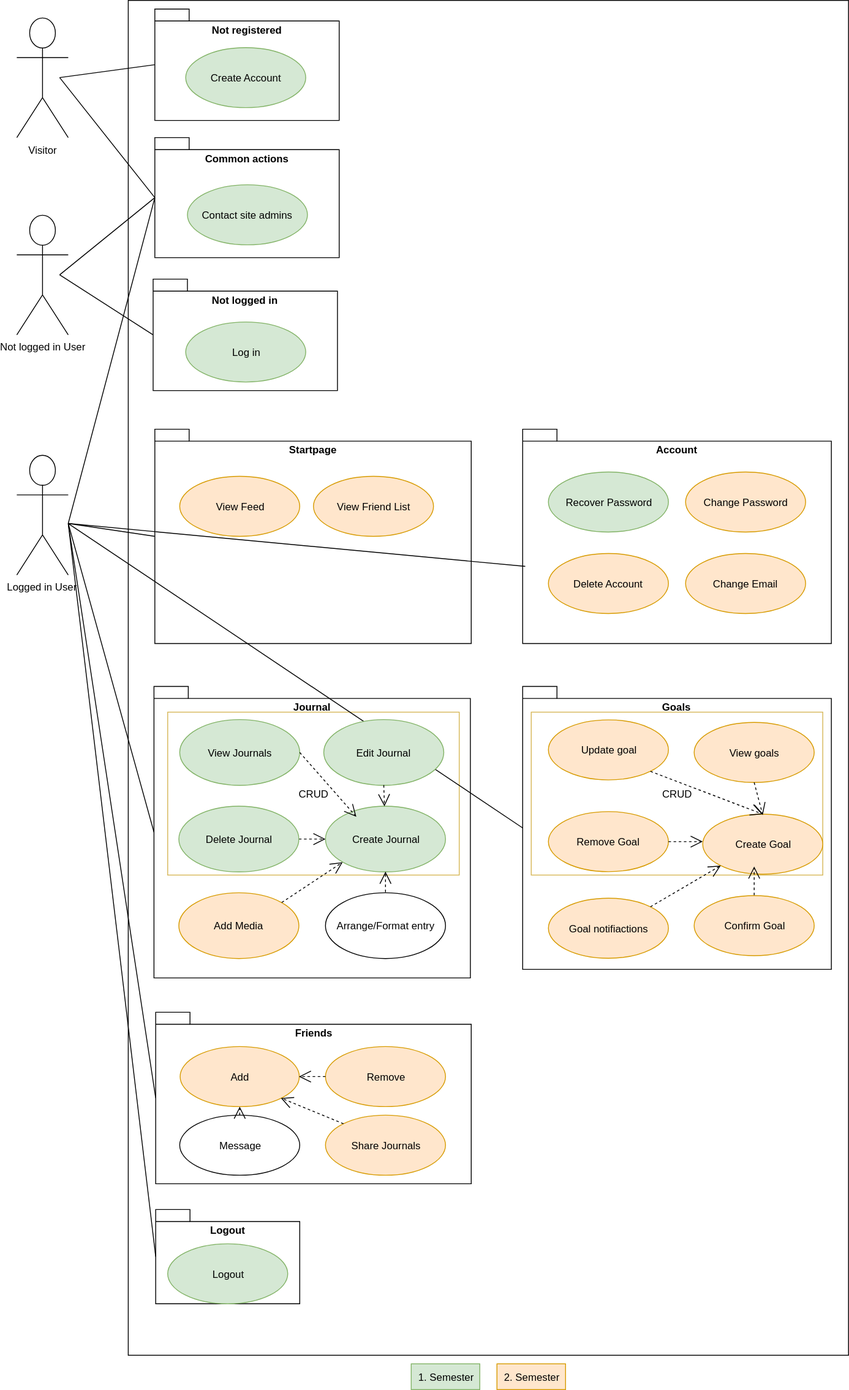
Before: documentation/images/UCD.svg, a diagram exported from draw.io (Toaster996/softwareengineering). Source tidied: cells renumbered, new cells last; positions are measured from the earlier drawing's top-left corner, leaving out a move shared by most shapes.
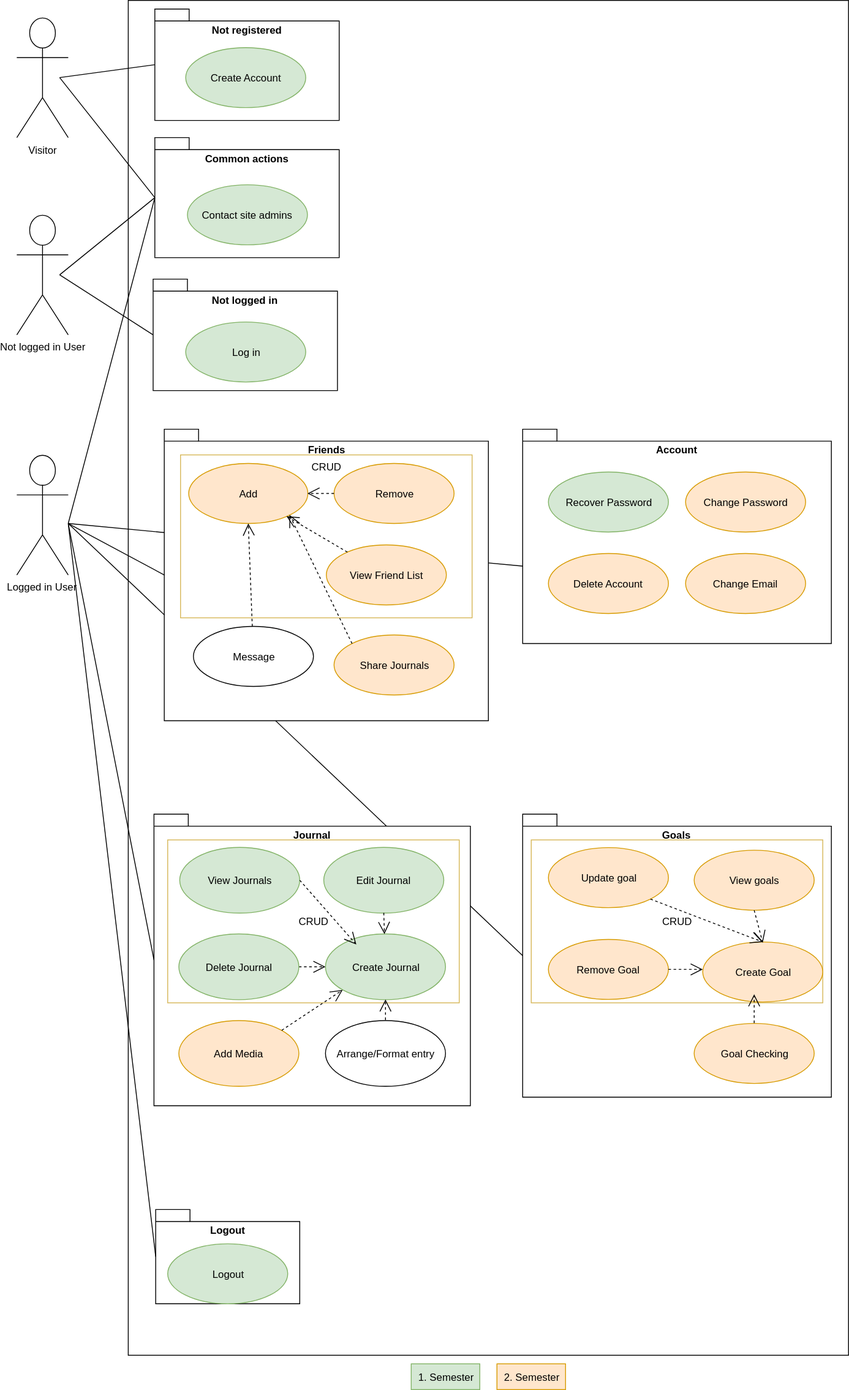
The same diagram one commit later.

Change to the diagram source:
```diff
@@ -5,20 +5,37 @@
     <mxCell id="2" value="&lt;div&gt;&lt;br&gt;&lt;/div&gt;&lt;div&gt;&lt;br&gt;&lt;/div&gt;" style="html=1;" parent="1" vertex="1">
       <mxGeometry x="130" width="840" height="1580" as="geometry" />
     </mxCell>
+    <mxCell id="37" style="endArrow=none;html=1;entryX=0;entryY=0.5;" parent="1" edge="1" target="6">
+      <mxGeometry relative="1" as="geometry">
+        <mxPoint x="60" y="610" as="sourcePoint" />
+      </mxGeometry>
+    </mxCell>
+    <mxCell id="39" style="endArrow=none;html=1;entryX=0.009;entryY=0.641;entryPerimeter=0;" parent="1" edge="1">
+      <mxGeometry relative="1" as="geometry">
+        <mxPoint x="60" y="610" as="sourcePoint" />
+        <mxPoint x="593" y="660" as="targetPoint" />
+      </mxGeometry>
+    </mxCell>
+    <mxCell id="36" value="Friends" style="shape=folder;fontStyle=1;spacingTop=10;tabWidth=40;tabHeight=14;tabPosition=left;html=1;verticalAlign=top;" parent="1" vertex="1">
+      <mxGeometry x="172" y="500" width="378" height="340" as="geometry" />
+    </mxCell>
+    <mxCell id="72" value="CRUD" style="rounded=0;whiteSpace=wrap;html=1;fillColor=none;strokeColor=#d6b656;verticalAlign=top;" parent="1" vertex="1">
+      <mxGeometry x="191" y="530" width="340" height="190" as="geometry" />
+    </mxCell>
     <mxCell id="3" value="Account" style="shape=folder;fontStyle=1;spacingTop=10;tabWidth=40;tabHeight=14;tabPosition=left;html=1;verticalAlign=top;" parent="1" vertex="1">
       <mxGeometry x="590" y="500" width="360" height="250" as="geometry" />
     </mxCell>
     <mxCell id="4" value="Journal" style="shape=folder;fontStyle=1;spacingTop=10;tabWidth=40;tabHeight=14;tabPosition=left;html=1;verticalAlign=top;" parent="1" vertex="1">
-      <mxGeometry x="160" y="800" width="369" height="340" as="geometry" />
+      <mxGeometry x="160" y="949" width="369" height="340" as="geometry" />
     </mxCell>
     <mxCell id="5" value="CRUD" style="rounded=0;whiteSpace=wrap;html=1;fillColor=none;strokeColor=#d6b656;" parent="1" vertex="1">
-      <mxGeometry x="176" y="830" width="340" height="190" as="geometry" />
+      <mxGeometry x="176" y="979" width="340" height="190" as="geometry" />
     </mxCell>
     <mxCell id="6" value="Goals" style="shape=folder;fontStyle=1;spacingTop=10;tabWidth=40;tabHeight=14;tabPosition=left;html=1;verticalAlign=top;" parent="1" vertex="1">
-      <mxGeometry x="590" y="800" width="360" height="330" as="geometry" />
+      <mxGeometry x="590" y="949" width="360" height="330" as="geometry" />
     </mxCell>
     <mxCell id="7" value="CRUD" style="rounded=0;whiteSpace=wrap;html=1;fillColor=none;strokeColor=#d6b656;" parent="1" vertex="1">
-      <mxGeometry x="600" y="830" width="340" height="190" as="geometry" />
+      <mxGeometry x="600" y="979" width="340" height="190" as="geometry" />
     </mxCell>
     <mxCell id="8" style="endArrow=none;html=1;entryX=0;entryY=0.5;" parent="1" edge="1" target="21">
       <mxGeometry relative="1" as="geometry">
@@ -76,19 +93,13 @@
     <mxCell id="23" value="Logged in User" style="shape=umlActor;verticalLabelPosition=bottom;labelBackgroundColor=#ffffff;verticalAlign=top;html=1;" parent="1" vertex="1">
       <mxGeometry y="530" width="60" height="140" as="geometry" />
     </mxCell>
-    <mxCell id="24" value="Startpa&lt;span&gt;ge&lt;/span&gt;" style="shape=folder;fontStyle=1;spacingTop=10;tabWidth=40;tabHeight=14;tabPosition=left;html=1;verticalAlign=top;" parent="1" vertex="1">
-      <mxGeometry x="161" y="500" width="369" height="250" as="geometry" />
-    </mxCell>
-    <mxCell id="25" value="View Feed" style="ellipse;whiteSpace=wrap;html=1;fillColor=#ffe6cc;strokeColor=#d79b00;" parent="1" vertex="1">
-      <mxGeometry x="190" y="555" width="140" height="70" as="geometry" />
-    </mxCell>
     <mxCell id="26" style="endArrow=none;html=1;entryX=0;entryY=0.5;" parent="1" edge="1" target="4">
       <mxGeometry relative="1" as="geometry">
         <mxPoint x="60" y="610" as="sourcePoint" />
       </mxGeometry>
     </mxCell>
     <mxCell id="27" value="View Friend List" style="ellipse;whiteSpace=wrap;html=1;fillColor=#ffe6cc;strokeColor=#d79b00;" parent="1" vertex="1">
-      <mxGeometry x="346" y="554.5" width="140" height="70" as="geometry" />
+      <mxGeometry x="361" y="635" width="140" height="70" as="geometry" />
     </mxCell>
     <mxCell id="28" style="endArrow=none;html=1;entryX=0;entryY=0.5;" parent="1" edge="1" target="18">
       <mxGeometry relative="1" as="geometry">
@@ -107,45 +118,23 @@
       </mxGeometry>
     </mxCell>
     <mxCell id="32" value="Create Goal" style="ellipse;whiteSpace=wrap;html=1;fillColor=#ffe6cc;strokeColor=#d79b00;" parent="1" vertex="1">
-      <mxGeometry x="800" y="949" width="140" height="70" as="geometry" />
+      <mxGeometry x="800" y="1098" width="140" height="70" as="geometry" />
     </mxCell>
-    <mxCell id="33" value="Confirm Goal" style="ellipse;whiteSpace=wrap;html=1;fillColor=#ffe6cc;strokeColor=#d79b00;" parent="1" vertex="1">
-      <mxGeometry x="790" y="1043.5" width="140" height="70" as="geometry" />
+    <mxCell id="33" value="Goal Checking" style="ellipse;whiteSpace=wrap;html=1;fillColor=#ffe6cc;strokeColor=#d79b00;" parent="1" vertex="1">
+      <mxGeometry x="790" y="1192.5" width="140" height="70" as="geometry" />
     </mxCell>
     <mxCell id="34" value="Remove Goal" style="ellipse;whiteSpace=wrap;html=1;fillColor=#ffe6cc;strokeColor=#d79b00;" parent="1" vertex="1">
-      <mxGeometry x="620" y="946" width="140" height="70" as="geometry" />
+      <mxGeometry x="620" y="1095" width="140" height="70" as="geometry" />
     </mxCell>
     <mxCell id="35" value="Update goal" style="ellipse;whiteSpace=wrap;html=1;fillColor=#ffe6cc;strokeColor=#d79b00;" parent="1" vertex="1">
-      <mxGeometry x="620" y="839" width="140" height="70" as="geometry" />
+      <mxGeometry x="620" y="988" width="140" height="70" as="geometry" />
     </mxCell>
-    <mxCell id="36" value="Friends" style="shape=folder;fontStyle=1;spacingTop=10;tabWidth=40;tabHeight=14;tabPosition=left;html=1;verticalAlign=top;" parent="1" vertex="1">
-      <mxGeometry x="162" y="1180" width="368" height="200" as="geometry" />
-    </mxCell>
-    <mxCell id="37" style="endArrow=none;html=1;entryX=0;entryY=0.5;" parent="1" edge="1" target="6">
-      <mxGeometry relative="1" as="geometry">
-        <mxPoint x="60" y="610" as="sourcePoint" />
-      </mxGeometry>
-    </mxCell>
-    <mxCell id="38" style="endArrow=none;html=1;entryX=0;entryY=0.5;" parent="1" edge="1" target="24">
-      <mxGeometry relative="1" as="geometry">
-        <mxPoint x="60" y="610" as="sourcePoint" />
-      </mxGeometry>
-    </mxCell>
-    <mxCell id="39" style="endArrow=none;html=1;entryX=0.009;entryY=0.641;entryPerimeter=0;" parent="1" edge="1">
-      <mxGeometry relative="1" as="geometry">
-        <mxPoint x="60" y="610" as="sourcePoint" />
-        <mxPoint x="593" y="660" as="targetPoint" />
-      </mxGeometry>
-    </mxCell>
     <mxCell id="40" value="Add" style="ellipse;whiteSpace=wrap;html=1;fillColor=#ffe6cc;strokeColor=#d79b00;" parent="1" vertex="1">
-      <mxGeometry x="190" y="1220" width="139" height="70" as="geometry" />
+      <mxGeometry x="200" y="540" width="139" height="70" as="geometry" />
     </mxCell>
     <mxCell id="41" value="Remove" style="ellipse;whiteSpace=wrap;html=1;fillColor=#ffe6cc;strokeColor=#d79b00;" parent="1" vertex="1">
-      <mxGeometry x="360" y="1220" width="140" height="70" as="geometry" />
+      <mxGeometry x="370" y="540" width="140" height="70" as="geometry" />
     </mxCell>
-    <mxCell id="42" value="Message" style="ellipse;whiteSpace=wrap;html=1;fillColor=#ffffff;strokeColor=#000000;" parent="1" vertex="1">
-      <mxGeometry x="190" y="1300" width="140" height="70" as="geometry" />
-    </mxCell>
     <mxCell id="43" value="Logout" style="shape=folder;fontStyle=1;spacingTop=10;tabWidth=40;tabHeight=14;tabPosition=left;html=1;verticalAlign=top;" parent="1" vertex="1">
       <mxGeometry x="162" y="1410" width="168" height="110" as="geometry" />
     </mxCell>
@@ -165,36 +154,36 @@
     </mxCell>
     <mxCell id="48" style="endArrow=open;endSize=12;dashed=1;html=1;exitX=1;exitY=0.5;" parent="1" edge="1" source="34">
       <mxGeometry relative="1" as="geometry">
-        <mxPoint x="800" y="981" as="targetPoint" />
+        <mxPoint x="800" y="1130" as="targetPoint" />
       </mxGeometry>
     </mxCell>
     <mxCell id="49" style="endArrow=open;endSize=12;dashed=1;html=1;" parent="1" edge="1" source="33">
       <mxGeometry relative="1" as="geometry">
-        <mxPoint x="860" y="1010" as="targetPoint" />
+        <mxPoint x="860" y="1159" as="targetPoint" />
       </mxGeometry>
     </mxCell>
     <mxCell id="50" style="endArrow=open;endSize=12;dashed=1;html=1;exitX=1;exitY=1;entryX=0.5;entryY=0;" parent="1" edge="1" source="35" target="32">
       <mxGeometry relative="1" as="geometry" />
     </mxCell>
     <mxCell id="51" value="View goals" style="ellipse;whiteSpace=wrap;html=1;fillColor=#ffe6cc;strokeColor=#d79b00;" parent="1" vertex="1">
-      <mxGeometry x="790" y="842" width="140" height="70" as="geometry" />
+      <mxGeometry x="790" y="991" width="140" height="70" as="geometry" />
     </mxCell>
     <mxCell id="52" style="endArrow=open;endSize=12;dashed=1;html=1;exitX=0.5;exitY=1;" parent="1" edge="1" source="51">
       <mxGeometry relative="1" as="geometry">
-        <mxPoint x="870" y="950" as="targetPoint" />
+        <mxPoint x="870" y="1099" as="targetPoint" />
       </mxGeometry>
     </mxCell>
     <mxCell id="53" value="Create Journal" style="ellipse;whiteSpace=wrap;html=1;fillColor=#d5e8d4;strokeColor=#82b366;" parent="1" vertex="1">
-      <mxGeometry x="360" y="939.8" width="140" height="76.7" as="geometry" />
+      <mxGeometry x="360" y="1088.8" width="140" height="76.7" as="geometry" />
     </mxCell>
     <mxCell id="54" value="Edit Journal" style="ellipse;whiteSpace=wrap;html=1;fillColor=#d5e8d4;strokeColor=#82b366;" parent="1" vertex="1">
-      <mxGeometry x="358" y="838.8" width="140" height="76.7" as="geometry" />
+      <mxGeometry x="358" y="987.8" width="140" height="76.7" as="geometry" />
     </mxCell>
     <mxCell id="55" value="Add Media" style="ellipse;whiteSpace=wrap;html=1;fillColor=#ffe6cc;strokeColor=#d79b00;" parent="1" vertex="1">
-      <mxGeometry x="189" y="1040.4" width="140" height="76.7" as="geometry" />
+      <mxGeometry x="189" y="1189.4" width="140" height="76.7" as="geometry" />
     </mxCell>
     <mxCell id="56" value="Arrange/Format entry" style="ellipse;whiteSpace=wrap;html=1;fillColor=#ffffff;strokeColor=#000000;" parent="1" vertex="1">
-      <mxGeometry x="360" y="1040.4" width="140" height="76.7" as="geometry" />
+      <mxGeometry x="360" y="1189.4" width="140" height="76.7" as="geometry" />
     </mxCell>
     <mxCell id="57" style="endArrow=open;endSize=12;dashed=1;html=1;exitX=0.5;exitY=1;" parent="1" edge="1" source="54" target="53">
       <mxGeometry relative="1" as="geometry" />
@@ -206,10 +195,10 @@
       <mxGeometry relative="1" as="geometry" />
     </mxCell>
     <mxCell id="60" value="View Journals" style="ellipse;whiteSpace=wrap;html=1;fillColor=#d5e8d4;strokeColor=#82b366;" parent="1" vertex="1">
-      <mxGeometry x="190" y="838.8" width="140" height="76.7" as="geometry" />
+      <mxGeometry x="190" y="987.8" width="140" height="76.7" as="geometry" />
     </mxCell>
     <mxCell id="61" value="Delete Journal" style="ellipse;whiteSpace=wrap;html=1;fillColor=#d5e8d4;strokeColor=#82b366;" parent="1" vertex="1">
-      <mxGeometry x="189" y="939.8" width="140" height="76.7" as="geometry" />
+      <mxGeometry x="189" y="1088.8" width="140" height="76.7" as="geometry" />
     </mxCell>
     <mxCell id="62" style="endArrow=open;endSize=12;dashed=1;html=1;entryX=0;entryY=1;exitX=1;exitY=0;" parent="1" edge="1" source="55" target="53">
       <mxGeometry relative="1" as="geometry" />
@@ -229,17 +218,17 @@
     <mxCell id="67" value="2. Semester" style="rounded=0;whiteSpace=wrap;html=1;shadow=0;strokeColor=#d79b00;strokeWidth=1;fillColor=#ffe6cc;" parent="1" vertex="1">
       <mxGeometry x="560" y="1590" width="80" height="30" as="geometry" />
     </mxCell>
-    <mxCell id="68" value="Goal notifiactions" style="ellipse;whiteSpace=wrap;html=1;fillColor=#ffe6cc;strokeColor=#d79b00;" parent="1" vertex="1">
-      <mxGeometry x="620" y="1047" width="140" height="70" as="geometry" />
-    </mxCell>
-    <mxCell id="69" style="endArrow=open;endSize=12;dashed=1;html=1;exitX=1;exitY=0;entryX=0;entryY=1;" parent="1" edge="1" source="68" target="32">
-      <mxGeometry relative="1" as="geometry" />
-    </mxCell>
     <mxCell id="70" value="Share Journals&lt;br&gt;" style="ellipse;whiteSpace=wrap;html=1;fillColor=#ffe6cc;strokeColor=#d79b00;" parent="1" vertex="1">
-      <mxGeometry x="360" y="1300" width="140" height="70" as="geometry" />
+      <mxGeometry x="370" y="740" width="140" height="70" as="geometry" />
     </mxCell>
     <mxCell id="71" style="endArrow=open;endSize=12;dashed=1;html=1;entryX=1;entryY=1;exitX=0;exitY=0;" parent="1" edge="1" source="70" target="40">
       <mxGeometry relative="1" as="geometry" />
     </mxCell>
+    <mxCell id="42" value="Message" style="ellipse;whiteSpace=wrap;html=1;fillColor=#ffffff;strokeColor=#000000;" parent="1" vertex="1">
+      <mxGeometry x="206" y="730" width="140" height="70" as="geometry" />
+    </mxCell>
+    <mxCell id="73" style="endArrow=open;endSize=12;dashed=1;html=1;" parent="1" edge="1" source="27" target="40">
+      <mxGeometry relative="1" as="geometry" />
+    </mxCell>
   </root>
 </mxGraphModel>
```
